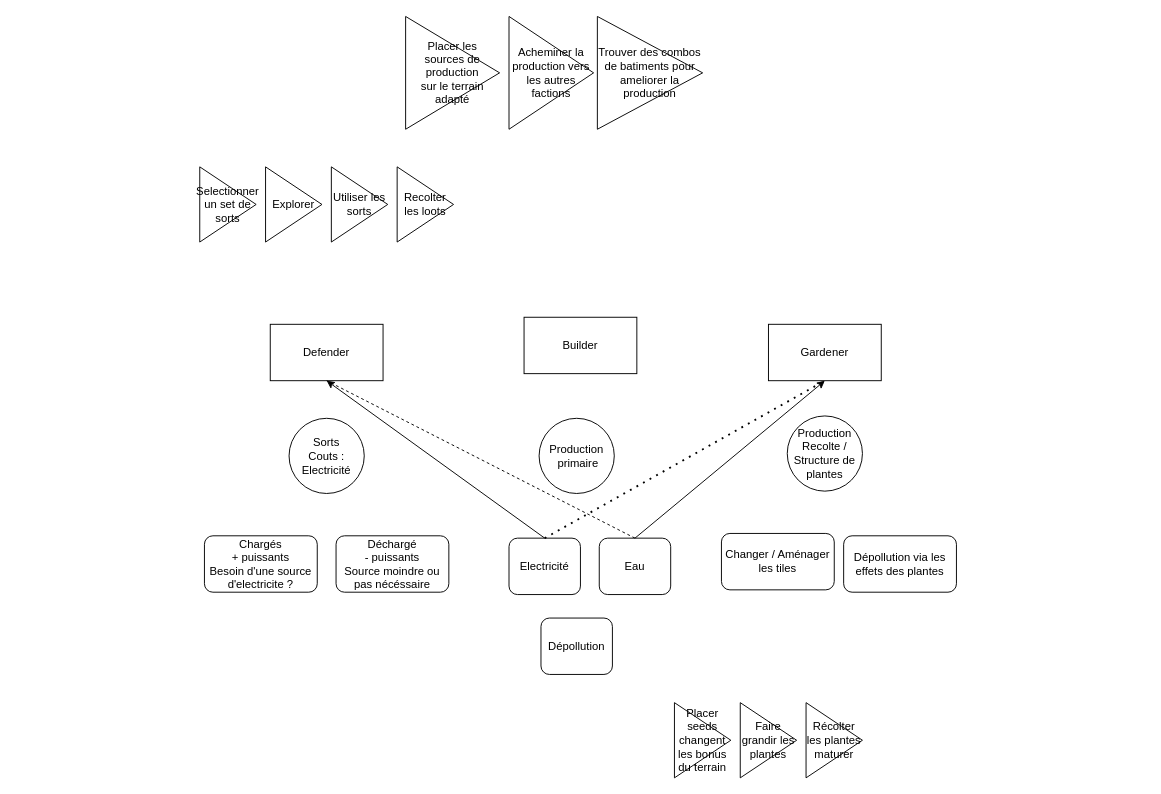
Before: Untitled Diagram.drawio in JulienAldon/AsymetricCoop, a draw.io diagram. Source tidied: cells renumbered, new cells numbered last; positions are measured from the earlier drawing's top-left corner, leaving out a move shared by most shapes. Both pictures are drawn from the tidied source at 94%, with x=0, y=0 at pixel (199, 16).
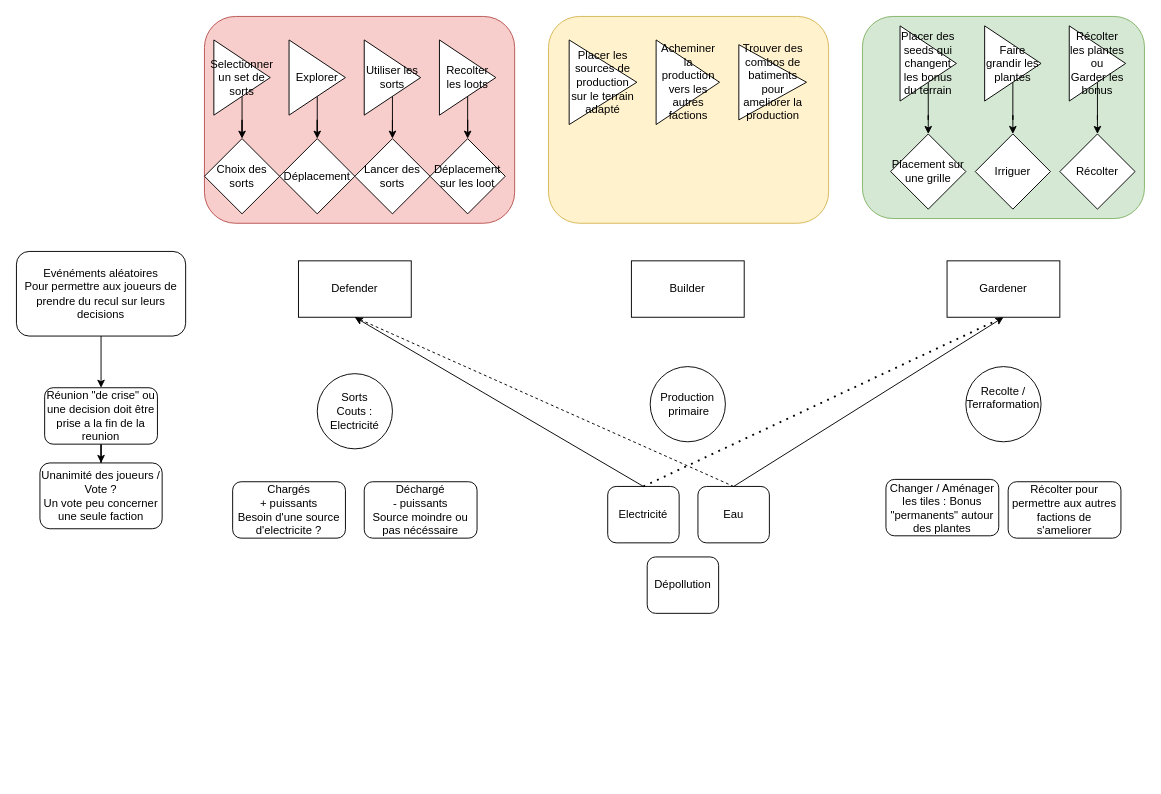
After the change.

What changed in the source:
```diff
@@
+    <mxCell id="29" style="rounded=1;whiteSpace=wrap;html=1;fillColor=#f8cecc;strokeColor=#b85450;" parent="1" vertex="1">
+      <mxGeometry x="5" width="330" height="220" as="geometry" />
+    </mxCell>
+    <mxCell id="30" style="rounded=1;whiteSpace=wrap;html=1;fillColor=#d5e8d4;strokeColor=#82b366;" parent="1" vertex="1">
+      <mxGeometry x="705" width="300" height="215" as="geometry" />
+    </mxCell>
+    <mxCell id="31" style="rounded=1;whiteSpace=wrap;html=1;fillColor=#fff2cc;strokeColor=#d6b656;" parent="1" vertex="1">
+      <mxGeometry x="371" width="298" height="220" as="geometry" />
+    </mxCell>
     <mxCell id="2" value="Defender" style="rounded=0;whiteSpace=wrap;html=1;" parent="1" vertex="1">
-      <mxGeometry x="75" y="327.5" width="120" height="60" as="geometry" />
+      <mxGeometry x="105" y="260" width="120" height="60" as="geometry" />
     </mxCell>
     <mxCell id="3" value="Builder" style="rounded=0;whiteSpace=wrap;html=1;" parent="1" vertex="1">
-      <mxGeometry x="345" y="320" width="120" height="60" as="geometry" />
+      <mxGeometry x="459.2" y="260" width="120" height="60" as="geometry" />
     </mxCell>
     <mxCell id="4" value="Gardener" style="rounded=0;whiteSpace=wrap;html=1;" parent="1" vertex="1">
-      <mxGeometry x="605" y="327.5" width="120" height="60" as="geometry" />
+      <mxGeometry x="795" y="260" width="120" height="60" as="geometry" />
     </mxCell>
     <mxCell id="5" value="&lt;div&gt;Sorts&lt;br&gt;Couts : Electricité&lt;/div&gt;" style="ellipse;whiteSpace=wrap;html=1;" parent="1" vertex="1">
-      <mxGeometry x="95" y="427.5" width="80" height="80" as="geometry" />
+      <mxGeometry x="125" y="380" width="80" height="80" as="geometry" />
     </mxCell>
     <mxCell id="6" value="&lt;div&gt;Chargés&lt;br&gt;+ puissants&lt;br&gt;Besoin d'une source d'electricite ?&lt;/div&gt;" style="rounded=1;whiteSpace=wrap;html=1;" parent="1" vertex="1">
-      <mxGeometry x="5" y="552.5" width="120" height="60" as="geometry" />
+      <mxGeometry x="35" y="495" width="120" height="60" as="geometry" />
     </mxCell>
     <mxCell id="7" value="&lt;div&gt;Déchargé&lt;br&gt;- puissants&lt;br&gt;Source moindre ou pas nécéssaire &lt;br&gt;&lt;/div&gt;" style="rounded=1;whiteSpace=wrap;html=1;" parent="1" vertex="1">
-      <mxGeometry x="145" y="552.5" width="120" height="60" as="geometry" />
+      <mxGeometry x="175" y="495" width="120" height="60" as="geometry" />
     </mxCell>
     <mxCell id="8" value="&lt;div&gt;Production&lt;/div&gt;&amp;nbsp;primaire" style="ellipse;whiteSpace=wrap;html=1;" parent="1" vertex="1">
-      <mxGeometry x="361" y="427.5" width="80" height="80" as="geometry" />
+      <mxGeometry x="479.2" y="372.5" width="80" height="80" as="geometry" />
     </mxCell>
     <mxCell id="9" value="Eau" style="rounded=1;whiteSpace=wrap;html=1;" parent="1" vertex="1">
-      <mxGeometry x="425" y="555" width="76" height="60" as="geometry" />
+      <mxGeometry x="530" y="500" width="76" height="60" as="geometry" />
     </mxCell>
     <mxCell id="10" value="Electricité" style="rounded=1;whiteSpace=wrap;html=1;" parent="1" vertex="1">
-      <mxGeometry x="329" y="555" width="76" height="60" as="geometry" />
+      <mxGeometry x="434" y="500" width="76" height="60" as="geometry" />
     </mxCell>
     <mxCell id="11" value="Dépollution" style="rounded=1;whiteSpace=wrap;html=1;" parent="1" vertex="1">
-      <mxGeometry x="363" y="640" width="76" height="60" as="geometry" />
+      <mxGeometry x="476" y="575" width="76" height="60" as="geometry" />
     </mxCell>
-    <mxCell id="12" value="&lt;div&gt;Production&lt;/div&gt;&lt;div&gt;Recolte / Structure de plantes&lt;/div&gt;" style="ellipse;whiteSpace=wrap;html=1;" parent="1" vertex="1">
-      <mxGeometry x="625" y="425" width="80" height="80" as="geometry" />
+    <mxCell id="12" value="&lt;div&gt;Recolte / Terraformation&lt;/div&gt;&lt;div&gt;&lt;br&gt;&lt;/div&gt;" style="ellipse;whiteSpace=wrap;html=1;" parent="1" vertex="1">
+      <mxGeometry x="815" y="372.5" width="80" height="80" as="geometry" />
     </mxCell>
-    <mxCell id="13" value="Changer / Aménager les tiles" style="rounded=1;whiteSpace=wrap;html=1;" parent="1" vertex="1">
-      <mxGeometry x="555" y="550" width="120" height="60" as="geometry" />
+    <mxCell id="13" value="Changer / Aménager les tiles : Bonus &quot;permanents&quot; autour des plantes" style="rounded=1;whiteSpace=wrap;html=1;" parent="1" vertex="1">
+      <mxGeometry x="730" y="492.5" width="120" height="60" as="geometry" />
     </mxCell>
-    <mxCell id="14" value="Dépollution via les effets des plantes" style="rounded=1;whiteSpace=wrap;html=1;" parent="1" vertex="1">
-      <mxGeometry x="685" y="552.5" width="120" height="60" as="geometry" />
+    <mxCell id="14" value="Récolter pour permettre aux autres factions de s'ameliorer" style="rounded=1;whiteSpace=wrap;html=1;" parent="1" vertex="1">
+      <mxGeometry x="860" y="495" width="120" height="60" as="geometry" />
     </mxCell>
+    <mxCell id="32" style="edgeStyle=orthogonalEdgeStyle;rounded=0;jettySize=auto;html=1;" parent="1" edge="1" source="15" target="37">
+      <mxGeometry relative="1" as="geometry" />
+    </mxCell>
     <mxCell id="15" value="Explorer" style="triangle;whiteSpace=wrap;html=1;" parent="1" vertex="1">
-      <mxGeometry x="70" y="160" width="60" height="80" as="geometry" />
+      <mxGeometry x="95" y="25" width="60" height="80" as="geometry" />
     </mxCell>
+    <mxCell id="33" style="edgeStyle=orthogonalEdgeStyle;rounded=0;jettySize=auto;html=1;" parent="1" edge="1" source="16" target="36">
+      <mxGeometry relative="1" as="geometry" />
+    </mxCell>
     <mxCell id="16" value="Selectionner un set de sorts" style="triangle;whiteSpace=wrap;html=1;" parent="1" vertex="1">
-      <mxGeometry y="160" width="60" height="80" as="geometry" />
+      <mxGeometry x="15" y="25" width="60" height="80" as="geometry" />
     </mxCell>
+    <mxCell id="34" style="edgeStyle=orthogonalEdgeStyle;rounded=0;jettySize=auto;html=1;" parent="1" edge="1" source="17" target="38">
+      <mxGeometry relative="1" as="geometry" />
+    </mxCell>
     <mxCell id="17" value="Utiliser les sorts" style="triangle;whiteSpace=wrap;html=1;" parent="1" vertex="1">
-      <mxGeometry x="140" y="160" width="60" height="80" as="geometry" />
+      <mxGeometry x="175" y="25" width="60" height="80" as="geometry" />
     </mxCell>
+    <mxCell id="35" style="edgeStyle=orthogonalEdgeStyle;rounded=0;jettySize=auto;html=1;" parent="1" edge="1" source="18" target="39">
+      <mxGeometry relative="1" as="geometry" />
+    </mxCell>
     <mxCell id="18" value="Recolter les loots" style="triangle;whiteSpace=wrap;html=1;" parent="1" vertex="1">
-      <mxGeometry x="210" y="160" width="60" height="80" as="geometry" />
+      <mxGeometry x="255" y="25" width="60" height="80" as="geometry" />
     </mxCell>
     <mxCell id="19" value="&lt;div&gt;Placer les sources de production&lt;/div&gt;sur le terrain adapté" style="triangle;whiteSpace=wrap;html=1;" parent="1" vertex="1">
-      <mxGeometry x="219" width="100" height="120" as="geometry" />
+      <mxGeometry x="393" y="25" width="72" height="90" as="geometry" />
     </mxCell>
     <mxCell id="20" value="Acheminer la production vers les autres factions" style="triangle;whiteSpace=wrap;html=1;" parent="1" vertex="1">
-      <mxGeometry x="329" width="90" height="120" as="geometry" />
+      <mxGeometry x="485.5" y="25" width="67.5" height="90" as="geometry" />
     </mxCell>
     <mxCell id="21" value="Trouver des combos de batiments pour ameliorer la production" style="triangle;whiteSpace=wrap;html=1;" parent="1" vertex="1">
-      <mxGeometry x="423" width="112" height="120" as="geometry" />
+      <mxGeometry x="573.5" y="30" width="72" height="80" as="geometry" />
     </mxCell>
@@
-    <mxCell id="23" value="Placer seeds changent les bonus du terrain" style="triangle;whiteSpace=wrap;html=1;" parent="1" vertex="1">
-      <mxGeometry x="505" y="730" width="60" height="80" as="geometry" />
-    </mxCell>
@@
+    <mxCell id="26" style="endArrow=none;dashed=1;html=1;rounded=0;exitX=0.5;exitY=0;exitDx=0;exitDy=0;entryX=0.5;entryY=1;entryDx=0;entryDy=0;" parent="1" edge="1" source="9" target="2">
+      <mxGeometry relative="1" as="geometry" />
+    </mxCell>
+    <mxCell id="28" style="endArrow=none;dashed=1;html=1;dashPattern=1 3;strokeWidth=2;rounded=0;entryX=0.5;entryY=1;entryDx=0;entryDy=0;exitX=0.5;exitY=0;exitDx=0;exitDy=0;" parent="1" edge="1" source="10" target="4">
+      <mxGeometry relative="1" as="geometry" />
+    </mxCell>
+    <mxCell id="36" value="Choix des sorts" style="rhombus;whiteSpace=wrap;html=1;" parent="1" vertex="1">
+      <mxGeometry x="5" y="130" width="80" height="80" as="geometry" />
+    </mxCell>
+    <mxCell id="37" value="Déplacement" style="rhombus;whiteSpace=wrap;html=1;" parent="1" vertex="1">
+      <mxGeometry x="85" y="130" width="80" height="80" as="geometry" />
+    </mxCell>
+    <mxCell id="38" value="Lancer des sorts" style="rhombus;whiteSpace=wrap;html=1;" parent="1" vertex="1">
+      <mxGeometry x="165" y="130" width="80" height="80" as="geometry" />
+    </mxCell>
+    <mxCell id="39" value="Déplacement sur les loot" style="rhombus;whiteSpace=wrap;html=1;" parent="1" vertex="1">
+      <mxGeometry x="245" y="130" width="80" height="80" as="geometry" />
+    </mxCell>
+    <mxCell id="40" style="edgeStyle=orthogonalEdgeStyle;rounded=0;jettySize=auto;html=1;" parent="1" edge="1" source="41" target="43">
+      <mxGeometry relative="1" as="geometry" />
+    </mxCell>
+    <mxCell id="41" value="Evénéments aléatoires&lt;br&gt;Pour permettre aux joueurs de prendre du recul sur leurs decisions" style="rounded=1;whiteSpace=wrap;html=1;" parent="1" vertex="1">
+      <mxGeometry x="-195" y="250" width="180" height="90" as="geometry" />
+    </mxCell>
+    <mxCell id="42" style="edgeStyle=orthogonalEdgeStyle;rounded=0;jettySize=auto;html=1;" parent="1" edge="1" source="43" target="44">
+      <mxGeometry relative="1" as="geometry" />
+    </mxCell>
+    <mxCell id="43" value="Réunion &quot;de crise&quot; ou une decision doit être prise a la fin de la reunion" style="whiteSpace=wrap;html=1;rounded=1;" parent="1" vertex="1">
+      <mxGeometry x="-165" y="395" width="120" height="60" as="geometry" />
+    </mxCell>
+    <mxCell id="44" value="Unanimité des joueurs / Vote ?&lt;br&gt;Un vote peu concerner une seule faction" style="whiteSpace=wrap;html=1;rounded=1;" parent="1" vertex="1">
+      <mxGeometry x="-170" y="475" width="130" height="70" as="geometry" />
+    </mxCell>
+    <mxCell id="45" style="edgeStyle=orthogonalEdgeStyle;rounded=0;jettySize=auto;html=1;" parent="1" edge="1" source="46" target="50">
+      <mxGeometry relative="1" as="geometry" />
+    </mxCell>
+    <mxCell id="46" value="Placer des seeds qui changent les bonus du terrain" style="triangle;whiteSpace=wrap;html=1;" parent="1" vertex="1">
+      <mxGeometry x="745" y="10" width="60" height="80" as="geometry" />
+    </mxCell>
+    <mxCell id="47" style="edgeStyle=orthogonalEdgeStyle;rounded=0;jettySize=auto;html=1;" parent="1" edge="1" source="25" target="51">
+      <mxGeometry relative="1" as="geometry" />
+    </mxCell>
     <mxCell id="25" value="&lt;div&gt;Faire grandir les plantes&lt;/div&gt;" style="triangle;whiteSpace=wrap;html=1;" parent="1" vertex="1">
-      <mxGeometry x="575" y="730" width="60" height="80" as="geometry" />
+      <mxGeometry x="835" y="10" width="60" height="80" as="geometry" />
     </mxCell>
-    <mxCell id="26" style="endArrow=none;dashed=1;html=1;rounded=0;exitX=0.5;exitY=0;exitDx=0;exitDy=0;entryX=0.5;entryY=1;entryDx=0;entryDy=0;" parent="1" edge="1" source="9" target="2">
-      <mxGeometry relative="1" as="geometry" />
-    </mxCell>
-    <mxCell id="27" value="&lt;div&gt;Récolter les plantes maturer&lt;/div&gt;" style="triangle;whiteSpace=wrap;html=1;" parent="1" vertex="1">
-      <mxGeometry x="645" y="730" width="60" height="80" as="geometry" />
-    </mxCell>
-    <mxCell id="28" style="endArrow=none;dashed=1;html=1;dashPattern=1 3;strokeWidth=2;rounded=0;entryX=0.5;entryY=1;entryDx=0;entryDy=0;exitX=0.5;exitY=0;exitDx=0;exitDy=0;" parent="1" edge="1" source="10" target="4">
-      <mxGeometry relative="1" as="geometry" />
-    </mxCell>
+    <mxCell id="48" style="edgeStyle=orthogonalEdgeStyle;rounded=0;jettySize=auto;html=1;" parent="1" edge="1" source="49" target="52">
+      <mxGeometry relative="1" as="geometry" />
+    </mxCell>
+    <mxCell id="49" value="&lt;div&gt;Récolter les plantes ou&lt;br&gt;Garder les bonus&lt;/div&gt;" style="triangle;whiteSpace=wrap;html=1;" parent="1" vertex="1">
+      <mxGeometry x="925" y="10" width="60" height="80" as="geometry" />
+    </mxCell>
+    <mxCell id="50" value="Placement sur une grille" style="rhombus;whiteSpace=wrap;html=1;" parent="1" vertex="1">
+      <mxGeometry x="735" y="125" width="80" height="80" as="geometry" />
+    </mxCell>
+    <mxCell id="51" value="&lt;div&gt;Irriguer&lt;/div&gt;" style="rhombus;whiteSpace=wrap;html=1;" parent="1" vertex="1">
+      <mxGeometry x="825" y="125" width="80" height="80" as="geometry" />
+    </mxCell>
+    <mxCell id="52" value="Récolter" style="rhombus;whiteSpace=wrap;html=1;" parent="1" vertex="1">
+      <mxGeometry x="915" y="125" width="80" height="80" as="geometry" />
+    </mxCell>
```
